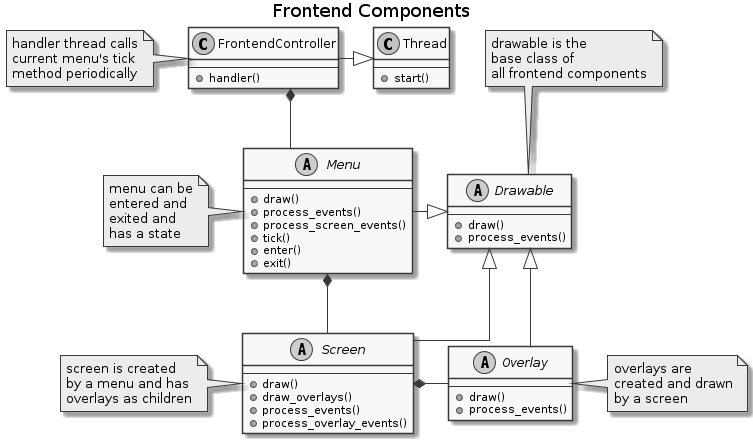
Before: img/gui_components.png, a diagram exported from PlantUML (FerryTix/diagrams).
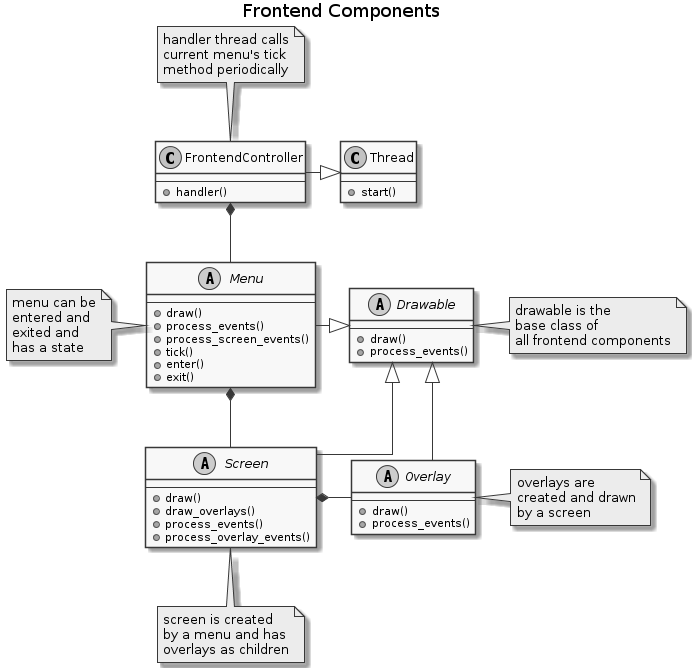
Later version of the same file.

Commit message:
rearrange notes

Diff of the diagram source:
```diff
@@ -21,11 +21,11 @@
     + exit()
 }
 
-note left of FrontendController: handler thread calls\ncurrent menu's tick\nmethod periodically
+note top of FrontendController: handler thread calls\ncurrent menu's tick\nmethod periodically
 note left of Menu: menu can be\nentered and\nexited and\nhas a state
-note left of Screen: screen is created\nby a menu and has\noverlays as children
+note bottom of Screen: screen is created\nby a menu and has\noverlays as children
 note right of Overlay: overlays are\ncreated and drawn\nby a screen
-note top of Drawable: drawable is the\nbase class of\nall frontend components
+note right of Drawable: drawable is the\nbase class of\nall frontend components
 
 abstract class Overlay {
     --
```
